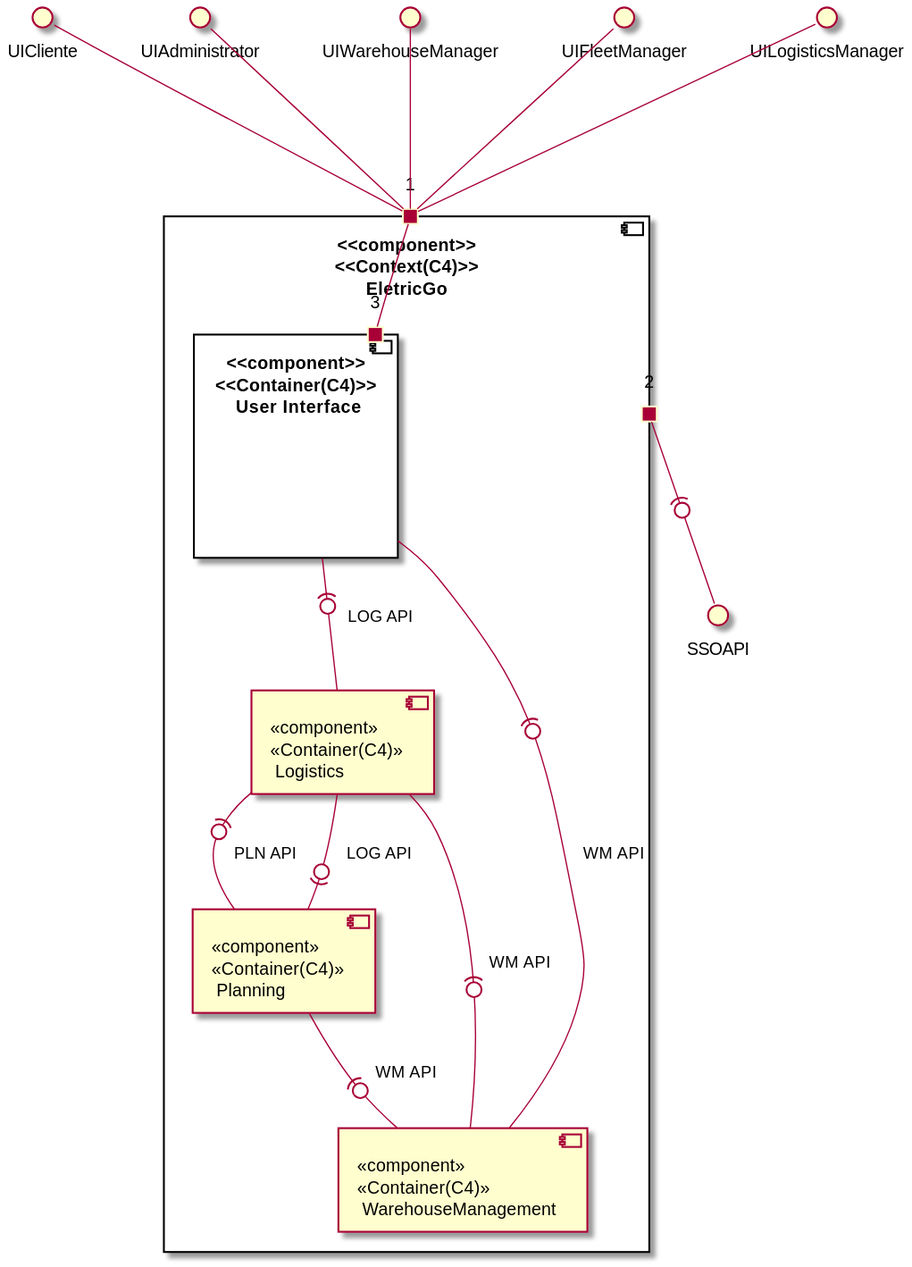
0franciscor/dei_3dj_057 keeps this PlantUML diagram as Documents/Deployment Diagrams/Level 2 - Container/Logical View/Level 2 - Logic View.svg. Above is the earlier version.
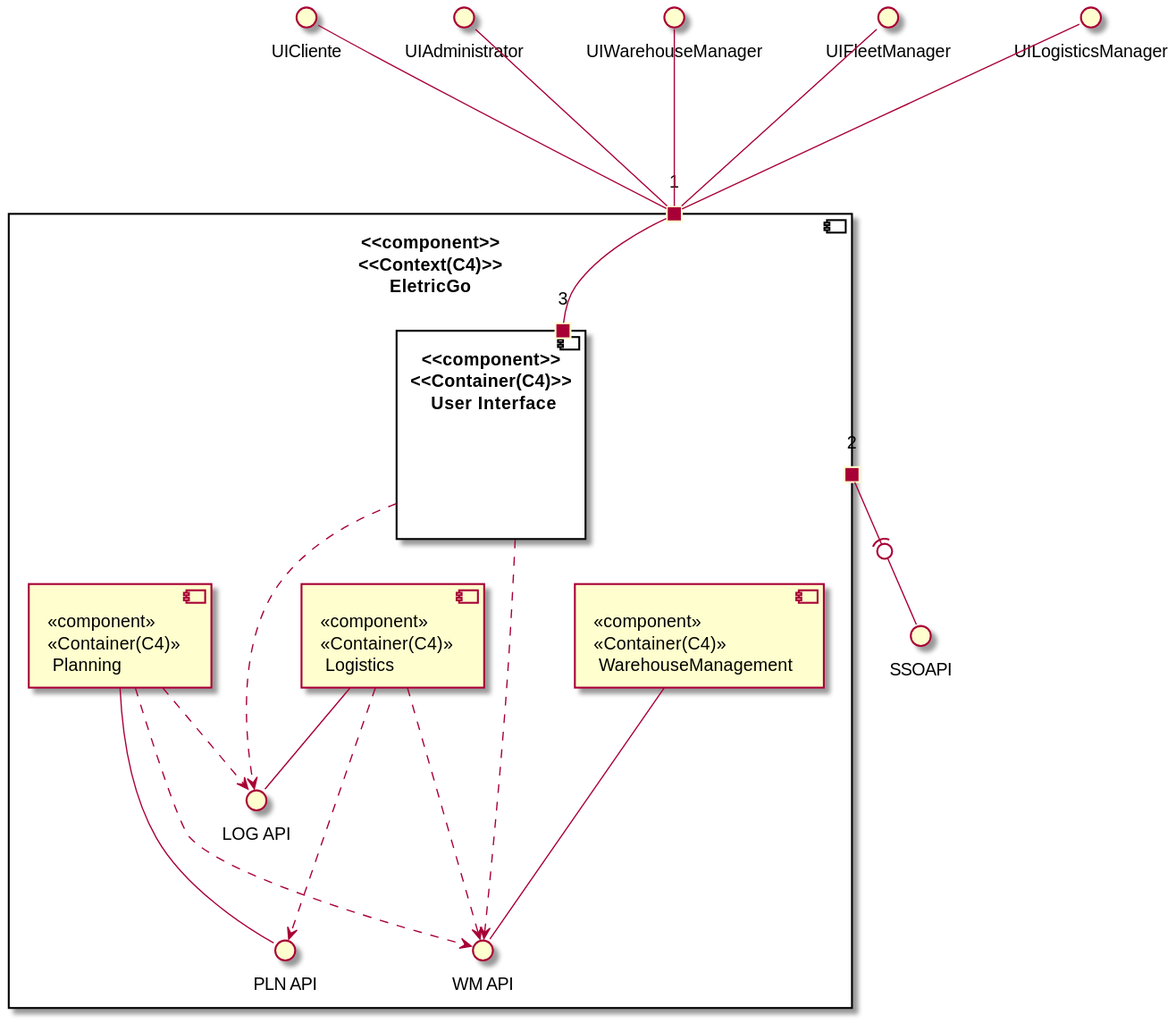
The same diagram one commit later.

Change to the diagram source:
```diff
@@ -6,6 +6,9 @@
   component "<<component>>\n<<Container(C4)>>\n WarehouseManagement" as WMNG
   component "<<component>>\n<<Container(C4)>>\n Logistics" as LG
   component "<<component>>\n<<Container(C4)>>\n Planning" as PL
+  interface "WM API" as WM
+  interface "LOG API" as LOG
+  interface "PLN API" as PLN
   portin 1
   portout 2
 
@@ -27,11 +30,16 @@
 
 3--1
 
-UI -(0- WMNG : "" WM API ""
-UI -(0- LG: "" LOG API ""
-PL -(0- LG : "" LOG API ""
-LG -(0- PL : "" PLN API ""
-PL -(0- WMNG : "" WM API ""
-LG -(0- WMNG : "" WM API ""
+
+LG -- LOG
+UI ...> LOG
+WMNG --- WM
+UI ...> WM
+PL ..> WM
+LG ...> WM
+PL --- PLN
+PL ..> LOG
+LG ...> PLN
+
 
 @enduml
```
